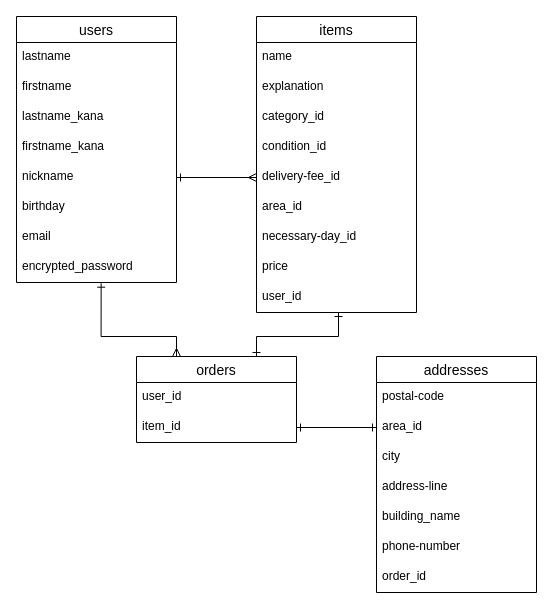
The draw.io diagram ER.dio in masaki511/furima-31545, before the edit. Source tidied: cells renumbered, new cells numbered last; positions are measured from the earlier drawing's top-left corner, leaving out a move shared by most shapes. Both pictures are drawn from the tidied source at 100%, with x=0, y=0 at pixel (16, 16).
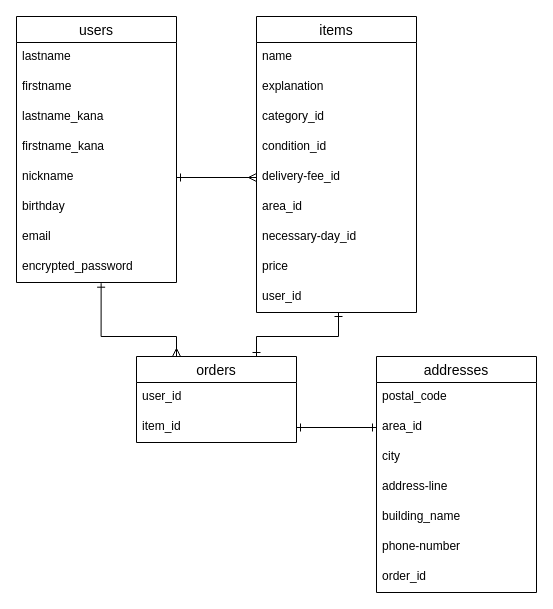
After the change.

Commit message (it also covers changes not shown here):
データベース設計の修正_郵便番号のカラム名

The change refers to these unchanged cells:
```xml
<mxCell id="26" value="addresses" style="swimlane;fontStyle=0;horizontal=1;startSize=26;align=center;fontSize=14;" parent="1" vertex="1">
  <mxGeometry x="360" y="340" width="160" height="236" as="geometry" />
</mxCell>
```

The edit, as a diff of the source:
```diff
@@
-    <mxCell id="27" value="postal-code" style="text;strokeColor=none;fillColor=none;spacingLeft=4;spacingRight=4;overflow=hidden;fontSize=12;" parent="26" vertex="1">
+    <mxCell id="27" value="postal_code" style="text;strokeColor=none;fillColor=none;spacingLeft=4;spacingRight=4;overflow=hidden;fontSize=12;" parent="26" vertex="1">
       <mxGeometry y="26" width="160" height="30" as="geometry" />
     </mxCell>
```
